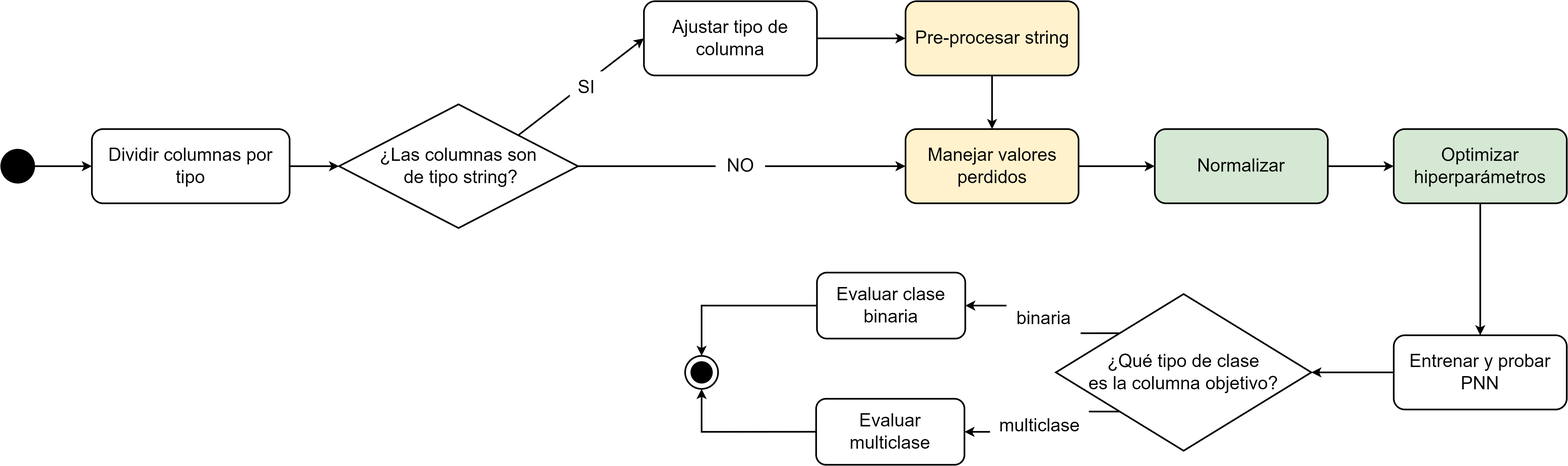
This is figuras/capi 2/modelos/procesado pnn.drawio.png from jennyanez/thesis-automl, a draw.io export, as it was before one commit. Source tidied: cells renumbered, new cells last; positions are measured from the earlier drawing's top-left corner, leaving out a move shared by most shapes.
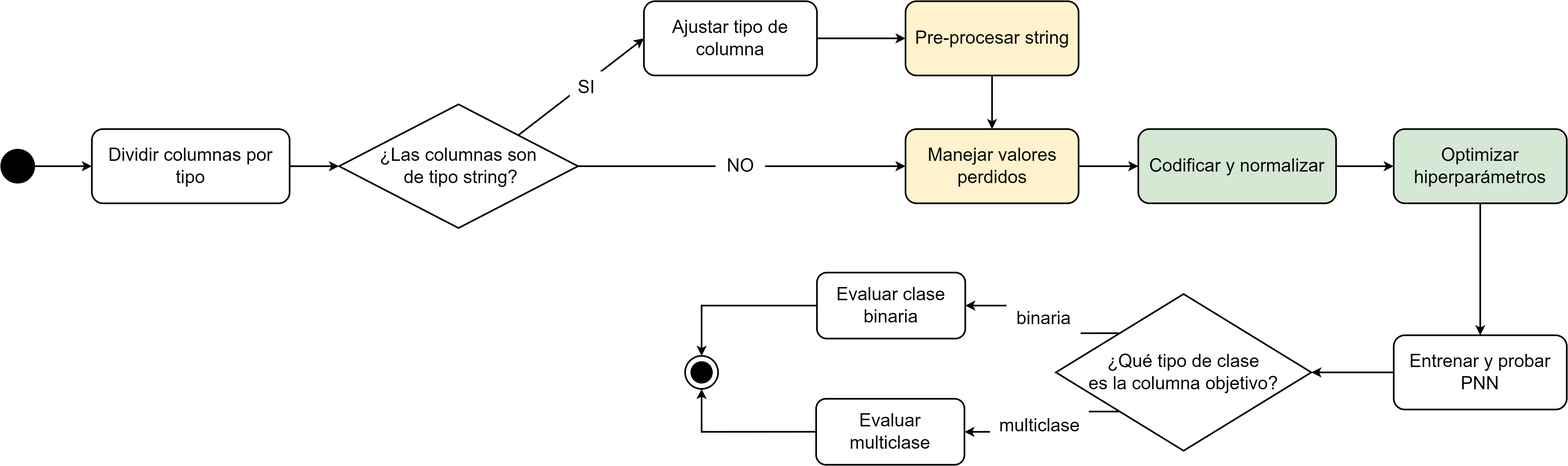
The same file after the commit.

Change to the diagram source:
```diff
@@ -23,9 +23,9 @@
     <mxCell id="8" value="&lt;font style=&quot;font-size: 22px;&quot;&gt;SI&lt;/font&gt;" style="text;html=1;align=center;verticalAlign=middle;strokeColor=none;fillColor=default;strokeWidth=2;fontSize=22;" parent="1" vertex="1">
       <mxGeometry x="690" y="85" width="40" height="40" as="geometry" />
     </mxCell>
-    <mxCell id="9" style="edgeStyle=orthogonalEdgeStyle;rounded=0;jettySize=auto;html=1;strokeWidth=2;fontSize=22;" parent="1" edge="1" source="10" target="14">
-      <mxGeometry relative="1" as="geometry" />
-    </mxCell>
+    <mxCell id="34" style="edgeStyle=orthogonalEdgeStyle;rounded=0;jettySize=auto;html=1;exitX=1;exitY=0.5;exitDx=0;exitDy=0;entryX=0;entryY=0.5;entryDx=0;entryDy=0;strokeWidth=2;" parent="1" edge="1" source="10" target="36">
+      <mxGeometry relative="1" as="geometry" />
+    </mxCell>
     <mxCell id="10" value="&lt;font style=&quot;font-size: 22px;&quot;&gt;Manejar valores perdidos&lt;/font&gt;" style="rounded=1;whiteSpace=wrap;html=1;fillColor=#fff2cc;strokeColor=default;strokeWidth=2;fontSize=22;" parent="1" vertex="1">
       <mxGeometry x="1097.5" y="155" width="210" height="90" as="geometry" />
     </mxCell>
@@ -35,12 +35,6 @@
     <mxCell id="12" value="&lt;font style=&quot;font-size: 22px;&quot;&gt;Pre-procesar string&lt;/font&gt;" style="rounded=1;whiteSpace=wrap;html=1;fillColor=#fff2cc;strokeColor=default;strokeWidth=2;fontSize=22;" parent="1" vertex="1">
       <mxGeometry x="1097.5" width="210" height="90" as="geometry" />
     </mxCell>
-    <mxCell id="13" style="edgeStyle=orthogonalEdgeStyle;rounded=0;jettySize=auto;html=1;strokeWidth=2;fontSize=22;" parent="1" edge="1" source="14" target="18">
-      <mxGeometry relative="1" as="geometry" />
-    </mxCell>
-    <mxCell id="14" value="&lt;font style=&quot;font-size: 22px;&quot;&gt;Normalizar&lt;/font&gt;" style="rounded=1;whiteSpace=wrap;html=1;fillColor=#d5e8d4;strokeColor=default;strokeWidth=2;fontSize=22;" parent="1" vertex="1">
-      <mxGeometry x="1400" y="155" width="210" height="90" as="geometry" />
-    </mxCell>
     <mxCell id="15" style="edgeStyle=orthogonalEdgeStyle;rounded=0;jettySize=auto;html=1;strokeWidth=2;fontSize=22;" parent="1" edge="1" source="16" target="4">
       <mxGeometry relative="1" as="geometry" />
     </mxCell>
@@ -98,5 +92,11 @@
     <mxCell id="33" value="multiclase" style="text;html=1;align=center;verticalAlign=middle;fillColor=default;fontSize=22;strokeWidth=2;" parent="1" vertex="1">
       <mxGeometry x="1200" y="495" width="120" height="40" as="geometry" />
     </mxCell>
+    <mxCell id="35" style="edgeStyle=orthogonalEdgeStyle;rounded=0;jettySize=auto;html=1;exitX=1;exitY=0.5;exitDx=0;exitDy=0;strokeWidth=2;" parent="1" edge="1" source="36" target="18">
+      <mxGeometry relative="1" as="geometry" />
+    </mxCell>
+    <mxCell id="36" value="&lt;font style=&quot;font-size: 22px;&quot;&gt;Codificar y normalizar&lt;/font&gt;" style="rounded=1;whiteSpace=wrap;html=1;fillColor=#d5e8d4;strokeColor=default;strokeWidth=2;fontSize=22;" parent="1" vertex="1">
+      <mxGeometry x="1380" y="155" width="240" height="90" as="geometry" />
+    </mxCell>
   </root>
 </mxGraphModel>
```
